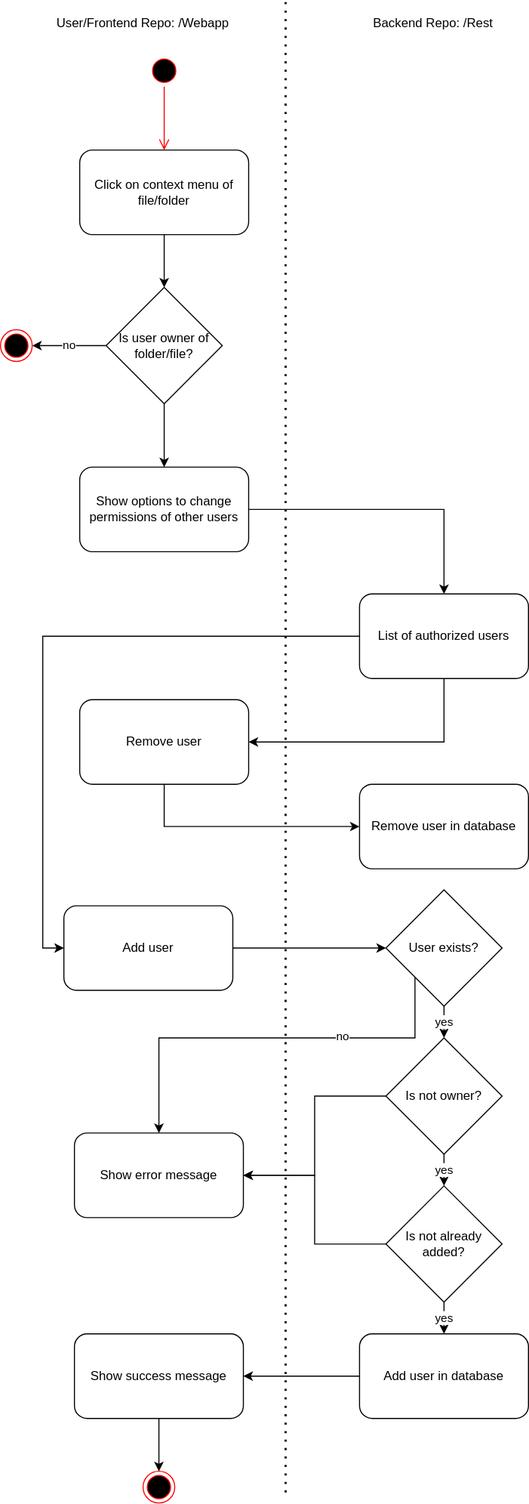
FileFighter/filefighter.github.io keeps this draw.io diagram as assets/diagrams/activity/crudPermissions.svg. Above is the earlier version. Source tidied: cells renumbered, new cells last; positions are measured from the earlier drawing's top-left corner, leaving out a move shared by most shapes.
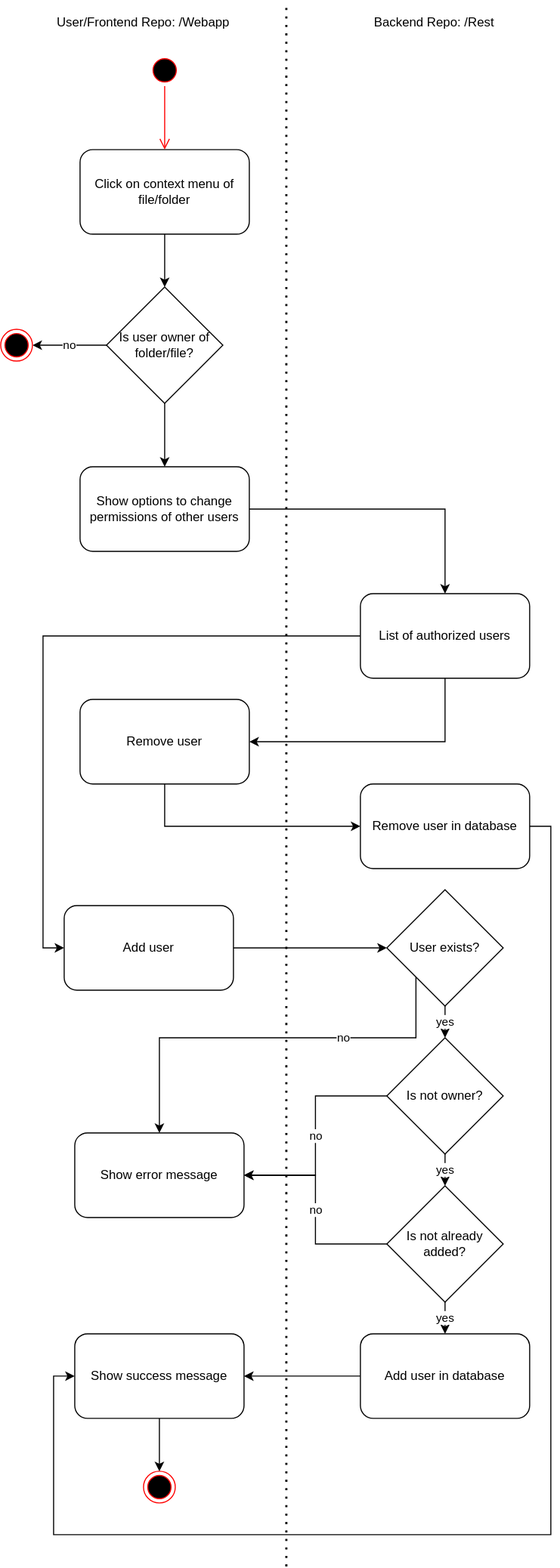
The same diagram one commit later.

The edit, as a diff of the source:
```diff
@@ -4,7 +4,7 @@
     <mxCell id="1" parent="0" />
     <mxCell id="2" style="endArrow=none;dashed=1;html=1;dashPattern=1 3;strokeWidth=2;" parent="1" edge="1">
       <mxGeometry relative="1" as="geometry">
-        <mxPoint x="270" y="1410" as="sourcePoint" />
+        <mxPoint x="270" y="1480" as="sourcePoint" />
         <mxPoint x="270" as="targetPoint" />
       </mxGeometry>
     </mxCell>
@@ -59,6 +59,16 @@
     <mxCell id="19" value="Remove user" style="shape=rect;html=1;rounded=1;whiteSpace=wrap;align=center;" parent="1" vertex="1">
       <mxGeometry x="75" y="660" width="160" height="80" as="geometry" />
     </mxCell>
+    <mxCell id="39" style="edgeStyle=orthogonalEdgeStyle;rounded=0;jettySize=auto;html=1;exitX=1;exitY=0.5;exitDx=0;exitDy=0;entryX=0;entryY=0.5;entryDx=0;entryDy=0;" parent="1" edge="1" source="20" target="37">
+      <mxGeometry relative="1" as="geometry">
+        <Array as="points">
+          <mxPoint x="520" y="780" />
+          <mxPoint x="520" y="1450" />
+          <mxPoint x="50" y="1450" />
+          <mxPoint x="50" y="1300" />
+        </Array>
+      </mxGeometry>
+    </mxCell>
     <mxCell id="20" value="Remove user in database" style="shape=rect;html=1;rounded=1;whiteSpace=wrap;align=center;" parent="1" vertex="1">
       <mxGeometry x="340" y="740" width="160" height="80" as="geometry" />
     </mxCell>
@@ -88,7 +98,7 @@
     <mxCell id="27" value="yes" style="edgeStyle=orthogonalEdgeStyle;rounded=0;jettySize=auto;html=1;exitX=0.5;exitY=1;exitDx=0;exitDy=0;entryX=0.5;entryY=0;entryDx=0;entryDy=0;" parent="1" edge="1" source="29" target="34">
       <mxGeometry relative="1" as="geometry" />
     </mxCell>
-    <mxCell id="28" style="edgeStyle=orthogonalEdgeStyle;rounded=0;jettySize=auto;html=1;exitX=0;exitY=0.5;exitDx=0;exitDy=0;entryX=1;entryY=0.5;entryDx=0;entryDy=0;" parent="1" edge="1" source="29" target="35">
+    <mxCell id="28" value="no" style="edgeStyle=orthogonalEdgeStyle;rounded=0;jettySize=auto;html=1;exitX=0;exitY=0.5;exitDx=0;exitDy=0;entryX=1;entryY=0.5;entryDx=0;entryDy=0;" parent="1" edge="1" source="29" target="35">
       <mxGeometry relative="1" as="geometry" />
     </mxCell>
     <mxCell id="29" value="Is not owner?" style="rhombus;whiteSpace=wrap;html=1;" parent="1" vertex="1">
@@ -103,7 +113,7 @@
     <mxCell id="32" value="yes" style="edgeStyle=orthogonalEdgeStyle;rounded=0;jettySize=auto;html=1;exitX=0.5;exitY=1;exitDx=0;exitDy=0;entryX=0.5;entryY=0;entryDx=0;entryDy=0;" parent="1" edge="1" source="34" target="31">
       <mxGeometry relative="1" as="geometry" />
     </mxCell>
-    <mxCell id="33" style="edgeStyle=orthogonalEdgeStyle;rounded=0;jettySize=auto;html=1;exitX=0;exitY=0.5;exitDx=0;exitDy=0;entryX=1;entryY=0.5;entryDx=0;entryDy=0;" parent="1" edge="1" source="34" target="35">
+    <mxCell id="33" value="no" style="edgeStyle=orthogonalEdgeStyle;rounded=0;jettySize=auto;html=1;exitX=0;exitY=0.5;exitDx=0;exitDy=0;entryX=1;entryY=0.5;entryDx=0;entryDy=0;" parent="1" edge="1" source="34" target="35">
       <mxGeometry relative="1" as="geometry" />
     </mxCell>
     <mxCell id="34" value="Is not already added?" style="rhombus;whiteSpace=wrap;html=1;" parent="1" vertex="1">
```
